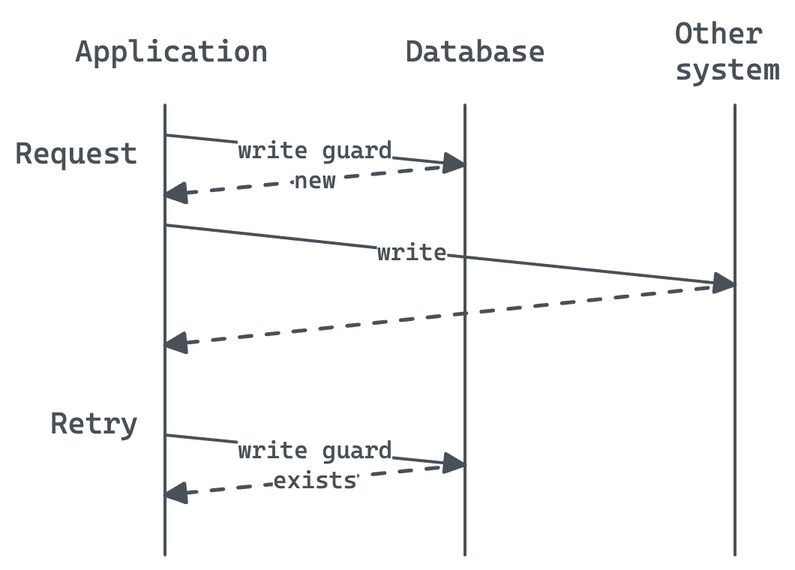
ThomWright/ThomWright.github.io keeps this Excalidraw diagram as public/assets/failure-patterns/write-guard.png. Above is the earlier version. Source tidied: one line per element, renumbered; positions are measured from the earlier drawing's top-left corner, leaving out a move shared by most shapes. Its diagram source:
```json
{"id": 0, "type": "line", "strokeColor": "#495057", "strokeWidth": 2, "roughness": 0, "x": 100, "y": 60, "width": 0, "height": 300, "points": [[0, 0], [0, 300]]}
{"id": 1, "type": "line", "strokeColor": "#495057", "strokeWidth": 2, "roughness": 0, "x": 480, "y": 60, "width": 0, "height": 300, "points": [[0, 0], [0, 300]]}
{"id": 2, "type": "line", "strokeColor": "#495057", "strokeWidth": 2, "roughness": 0, "x": 300, "y": 60, "width": 0, "height": 300, "points": [[0, 0], [0, 300]]}
{"id": 3, "type": "arrow", "strokeColor": "#495057", "strokeWidth": 2, "roughness": 0, "endArrowhead": "triangle", "x": 100, "y": 80, "width": 200, "height": 20, "points": [[0, 0], [200, 20]]}
{"id": 4, "type": "text", "text": "write guard", "strokeColor": "#495057", "backgroundColor": "white", "fillStyle": "solid", "strokeWidth": 2, "strokeStyle": "dashed", "roughness": 0, "fontSize": 16, "fontFamily": 3, "textAlign": "center", "verticalAlign": "middle", "inside": 3, "x": 148, "y": 80, "width": 103, "height": 19}
{"id": 5, "type": "arrow", "strokeColor": "#495057", "strokeWidth": 2, "roughness": 0, "endArrowhead": "triangle", "x": 100, "y": 140, "width": 380, "height": 40, "points": [[0, 0], [165, 18], [380, 40]]}
{"id": 6, "type": "text", "text": "write", "strokeColor": "#495057", "backgroundColor": "white", "fillStyle": "solid", "strokeWidth": 2, "strokeStyle": "dashed", "roughness": 0, "fontSize": 16, "fontFamily": 3, "textAlign": "center", "verticalAlign": "middle", "inside": 5, "x": 248, "y": 148, "width": 47, "height": 19}
{"id": 7, "type": "arrow", "strokeColor": "#495057", "strokeWidth": 2, "strokeStyle": "dashed", "roughness": 0, "endArrowhead": "triangle", "x": 480, "y": 180, "width": 380, "height": 40, "points": [[0, 0], [-380, 40]]}
{"id": 8, "type": "arrow", "strokeColor": "#495057", "backgroundColor": "white", "fillStyle": "solid", "strokeWidth": 2, "roughness": 0, "endArrowhead": "triangle", "x": 100, "y": 280, "width": 200, "height": 20, "points": [[0, 0], [200, 20]]}
{"id": 9, "type": "text", "text": "write guard", "strokeColor": "#495057", "backgroundColor": "white", "fillStyle": "solid", "strokeWidth": 2, "strokeStyle": "dashed", "roughness": 0, "fontSize": 16, "fontFamily": 3, "textAlign": "center", "verticalAlign": "middle", "inside": 8, "x": 148, "y": 280, "width": 103, "height": 19}
{"id": 10, "type": "arrow", "strokeColor": "#495057", "backgroundColor": "white", "fillStyle": "solid", "strokeWidth": 2, "strokeStyle": "dashed", "roughness": 0, "endArrowhead": "triangle", "x": 300, "y": 100, "width": 200, "height": 20, "points": [[0, 0], [-200, 20]]}
{"id": 11, "type": "text", "text": "new", "strokeColor": "#495057", "backgroundColor": "white", "fillStyle": "solid", "strokeWidth": 2, "strokeStyle": "dashed", "roughness": 0, "fontSize": 16, "fontFamily": 3, "textAlign": "center", "verticalAlign": "middle", "inside": 10, "x": 186, "y": 100, "width": 28, "height": 19}
{"id": 12, "type": "text", "text": "Application", "strokeColor": "#495057", "backgroundColor": "white", "fillStyle": "solid", "strokeWidth": 2, "strokeStyle": "dashed", "roughness": 0, "fontSize": 20, "fontFamily": 3, "x": 40, "y": 12, "width": 129, "height": 24}
{"id": 13, "type": "text", "text": "Database", "strokeColor": "#495057", "backgroundColor": "white", "fillStyle": "solid", "strokeWidth": 2, "strokeStyle": "dashed", "roughness": 0, "fontSize": 20, "fontFamily": 3, "x": 260, "y": 12, "width": 94, "height": 24}
{"id": 14, "type": "text", "text": "Other\nsystem", "strokeColor": "#495057", "backgroundColor": "white", "fillStyle": "solid", "strokeWidth": 2, "strokeStyle": "dashed", "roughness": 0, "fontSize": 20, "fontFamily": 3, "x": 440, "y": 0, "width": 70, "height": 48}
{"id": 15, "type": "text", "text": "Request", "strokeColor": "#495057", "backgroundColor": "white", "fillStyle": "solid", "strokeWidth": 2, "strokeStyle": "dashed", "roughness": 0, "fontSize": 20, "fontFamily": 3, "x": 0, "y": 80, "width": 82, "height": 24}
{"id": 16, "type": "text", "text": "Retry", "strokeColor": "#495057", "backgroundColor": "white", "fillStyle": "solid", "strokeWidth": 2, "strokeStyle": "dashed", "roughness": 0, "fontSize": 20, "fontFamily": 3, "x": 23, "y": 260, "width": 59, "height": 24}
{"id": 17, "type": "arrow", "strokeColor": "#495057", "backgroundColor": "white", "fillStyle": "solid", "strokeWidth": 2, "strokeStyle": "dashed", "roughness": 0, "endArrowhead": "triangle", "x": 300, "y": 300, "width": 200, "height": 20, "points": [[0, 0], [-200, 20]]}
{"id": 18, "type": "text", "text": "exists", "strokeColor": "#495057", "backgroundColor": "white", "fillStyle": "solid", "strokeWidth": 2, "strokeStyle": "dashed", "roughness": 0, "fontSize": 16, "fontFamily": 3, "textAlign": "center", "verticalAlign": "middle", "inside": 17, "x": 172, "y": 300, "width": 56, "height": 19}
```
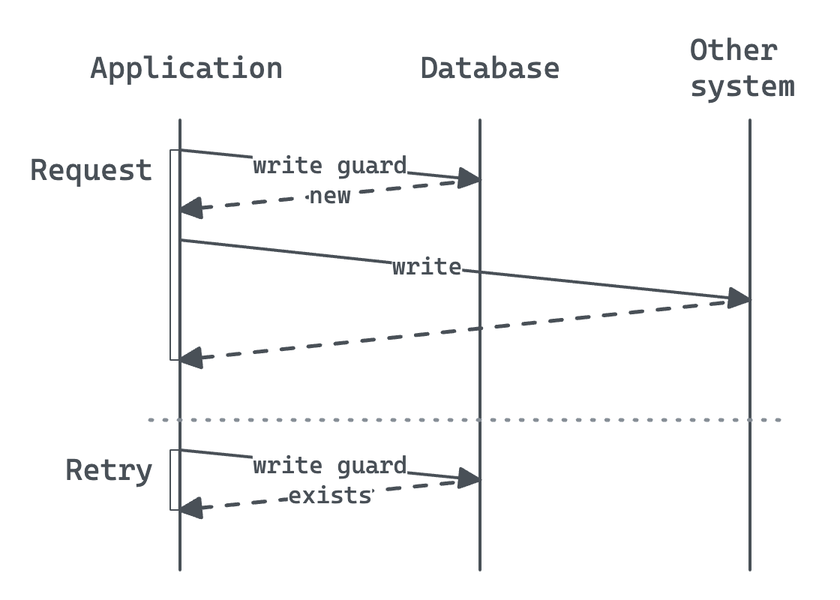
Later version of the same file.

Commit message:
Update write guard diagram

Diff of the diagram source:
```diff
@@ -1,19 +1,23 @@
 {"id": 0, "type": "line", "strokeColor": "#495057", "strokeWidth": 2, "roughness": 0, "x": 100, "y": 60, "width": 0, "height": 300, "points": [[0, 0], [0, 300]]}
 {"id": 1, "type": "line", "strokeColor": "#495057", "strokeWidth": 2, "roughness": 0, "x": 480, "y": 60, "width": 0, "height": 300, "points": [[0, 0], [0, 300]]}
 {"id": 2, "type": "line", "strokeColor": "#495057", "strokeWidth": 2, "roughness": 0, "x": 300, "y": 60, "width": 0, "height": 300, "points": [[0, 0], [0, 300]]}
-{"id": 3, "type": "arrow", "strokeColor": "#495057", "strokeWidth": 2, "roughness": 0, "endArrowhead": "triangle", "x": 100, "y": 80, "width": 200, "height": 20, "points": [[0, 0], [200, 20]]}
+{"id": 3, "type": "arrow", "strokeColor": "#495057", "strokeWidth": 2, "roughness": 0, "endArrowhead": "triangle", "from": 20, "x": 100, "y": 80, "width": 200, "height": 20, "points": [[0, 0], [200, 20]]}
 {"id": 4, "type": "text", "text": "write guard", "strokeColor": "#495057", "backgroundColor": "white", "fillStyle": "solid", "strokeWidth": 2, "strokeStyle": "dashed", "roughness": 0, "fontSize": 16, "fontFamily": 3, "textAlign": "center", "verticalAlign": "middle", "inside": 3, "x": 148, "y": 80, "width": 103, "height": 19}
-{"id": 5, "type": "arrow", "strokeColor": "#495057", "strokeWidth": 2, "roughness": 0, "endArrowhead": "triangle", "x": 100, "y": 140, "width": 380, "height": 40, "points": [[0, 0], [165, 18], [380, 40]]}
+{"id": 5, "type": "arrow", "strokeColor": "#495057", "strokeWidth": 2, "roughness": 0, "endArrowhead": "triangle", "from": 20, "x": 100, "y": 140, "width": 380, "height": 40, "points": [[0, 0], [165, 18], [380, 40]]}
-{"id": 6, "type": "text", "text": "write", "strokeColor": "#495057", "backgroundColor": "white", "fillStyle": "solid", "strokeWidth": 2, "strokeStyle": "dashed", "roughness": 0, "fontSize": 16, "fontFamily": 3, "textAlign": "center", "verticalAlign": "middle", "inside": 5, "x": 248, "y": 148, "width": 47, "height": 19}
+{"id": 6, "type": "text", "text": "write", "strokeColor": "#495057", "backgroundColor": "white", "fillStyle": "solid", "strokeWidth": 2, "strokeStyle": "dashed", "roughness": 0, "fontSize": 16, "fontFamily": 3, "textAlign": "center", "verticalAlign": "middle", "inside": 5, "x": 241, "y": 148, "width": 47, "height": 19}
-{"id": 7, "type": "arrow", "strokeColor": "#495057", "strokeWidth": 2, "strokeStyle": "dashed", "roughness": 0, "endArrowhead": "triangle", "x": 480, "y": 180, "width": 380, "height": 40, "points": [[0, 0], [-380, 40]]}
+{"id": 7, "type": "arrow", "strokeColor": "#495057", "strokeWidth": 2, "strokeStyle": "dashed", "roughness": 0, "endArrowhead": "triangle", "to": 20, "x": 480, "y": 180, "width": 380, "height": 40, "points": [[0, 0], [-380, 40]]}
-{"id": 8, "type": "arrow", "strokeColor": "#495057", "backgroundColor": "white", "fillStyle": "solid", "strokeWidth": 2, "roughness": 0, "endArrowhead": "triangle", "x": 100, "y": 280, "width": 200, "height": 20, "points": [[0, 0], [200, 20]]}
+{"id": 8, "type": "arrow", "strokeColor": "#495057", "backgroundColor": "white", "fillStyle": "solid", "strokeWidth": 2, "roughness": 0, "endArrowhead": "triangle", "from": 21, "x": 100, "y": 280, "width": 200, "height": 20, "points": [[0, 0], [200, 20]]}
 {"id": 9, "type": "text", "text": "write guard", "strokeColor": "#495057", "backgroundColor": "white", "fillStyle": "solid", "strokeWidth": 2, "strokeStyle": "dashed", "roughness": 0, "fontSize": 16, "fontFamily": 3, "textAlign": "center", "verticalAlign": "middle", "inside": 8, "x": 148, "y": 280, "width": 103, "height": 19}
-{"id": 10, "type": "arrow", "strokeColor": "#495057", "backgroundColor": "white", "fillStyle": "solid", "strokeWidth": 2, "strokeStyle": "dashed", "roughness": 0, "endArrowhead": "triangle", "x": 300, "y": 100, "width": 200, "height": 20, "points": [[0, 0], [-200, 20]]}
+{"id": 10, "type": "arrow", "strokeColor": "#495057", "backgroundColor": "white", "fillStyle": "solid", "strokeWidth": 2, "strokeStyle": "dashed", "roughness": 0, "endArrowhead": "triangle", "to": 20, "x": 300, "y": 100, "width": 200, "height": 20, "points": [[0, 0], [-200, 20]]}
 {"id": 11, "type": "text", "text": "new", "strokeColor": "#495057", "backgroundColor": "white", "fillStyle": "solid", "strokeWidth": 2, "strokeStyle": "dashed", "roughness": 0, "fontSize": 16, "fontFamily": 3, "textAlign": "center", "verticalAlign": "middle", "inside": 10, "x": 186, "y": 100, "width": 28, "height": 19}
 {"id": 12, "type": "text", "text": "Application", "strokeColor": "#495057", "backgroundColor": "white", "fillStyle": "solid", "strokeWidth": 2, "strokeStyle": "dashed", "roughness": 0, "fontSize": 20, "fontFamily": 3, "x": 40, "y": 12, "width": 129, "height": 24}
 {"id": 13, "type": "text", "text": "Database", "strokeColor": "#495057", "backgroundColor": "white", "fillStyle": "solid", "strokeWidth": 2, "strokeStyle": "dashed", "roughness": 0, "fontSize": 20, "fontFamily": 3, "x": 260, "y": 12, "width": 94, "height": 24}
 {"id": 14, "type": "text", "text": "Other\nsystem", "strokeColor": "#495057", "backgroundColor": "white", "fillStyle": "solid", "strokeWidth": 2, "strokeStyle": "dashed", "roughness": 0, "fontSize": 20, "fontFamily": 3, "x": 440, "y": 0, "width": 70, "height": 48}
 {"id": 15, "type": "text", "text": "Request", "strokeColor": "#495057", "backgroundColor": "white", "fillStyle": "solid", "strokeWidth": 2, "strokeStyle": "dashed", "roughness": 0, "fontSize": 20, "fontFamily": 3, "x": 0, "y": 80, "width": 82, "height": 24}
-{"id": 16, "type": "text", "text": "Retry", "strokeColor": "#495057", "backgroundColor": "white", "fillStyle": "solid", "strokeWidth": 2, "strokeStyle": "dashed", "roughness": 0, "fontSize": 20, "fontFamily": 3, "x": 23, "y": 260, "width": 59, "height": 24}
+{"id": 16, "type": "text", "text": "Retry", "strokeColor": "#495057", "backgroundColor": "white", "fillStyle": "solid", "strokeWidth": 2, "strokeStyle": "dashed", "roughness": 0, "fontSize": 20, "fontFamily": 3, "x": 23, "y": 280, "width": 59, "height": 24}
-{"id": 17, "type": "arrow", "strokeColor": "#495057", "backgroundColor": "white", "fillStyle": "solid", "strokeWidth": 2, "strokeStyle": "dashed", "roughness": 0, "endArrowhead": "triangle", "x": 300, "y": 300, "width": 200, "height": 20, "points": [[0, 0], [-200, 20]]}
+{"id": 17, "type": "arrow", "strokeColor": "#495057", "backgroundColor": "white", "fillStyle": "solid", "strokeWidth": 2, "strokeStyle": "dashed", "roughness": 0, "endArrowhead": "triangle", "to": 21, "x": 300, "y": 300, "width": 200, "height": 20, "points": [[0, 0], [-200, 20]]}
 {"id": 18, "type": "text", "text": "exists", "strokeColor": "#495057", "backgroundColor": "white", "fillStyle": "solid", "strokeWidth": 2, "strokeStyle": "dashed", "roughness": 0, "fontSize": 16, "fontFamily": 3, "textAlign": "center", "verticalAlign": "middle", "inside": 17, "x": 172, "y": 300, "width": 56, "height": 19}
+{"id": 19, "type": "line", "strokeColor": "#868e96", "strokeWidth": 2, "strokeStyle": "dotted", "roughness": 0, "x": 80, "y": 260, "width": 420, "height": 0, "points": [[0, 0], [420, 0]]}
+{"id": 20, "type": "rectangle", "strokeColor": "#495057", "backgroundColor": "white", "fillStyle": "solid", "strokeWidth": 1, "roughness": 0, "x": 94, "y": 80, "width": 6, "height": 140}
+{"id": 21, "type": "rectangle", "strokeColor": "#495057", "backgroundColor": "white", "fillStyle": "solid", "strokeWidth": 1, "roughness": 0, "x": 94, "y": 280, "width": 6, "height": 40}
+{"id": 22, "type": "frame", "strokeColor": "#bbb", "strokeWidth": 1, "roughness": 0, "x": -20, "y": -20, "width": 560, "height": 400}
```
